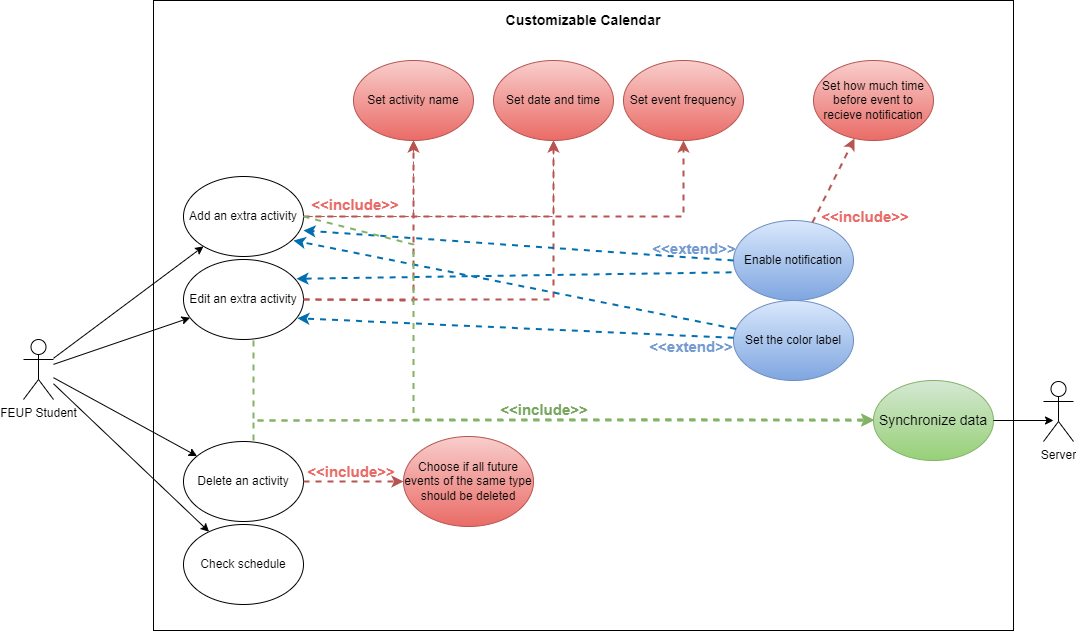
The draw.io diagram docs/Requirements/images/UseCaseModel.drawio.png in isabel-amaral/feup-esof-AcademicPlanner, before a commit. Source tidied: cells renumbered, new cells last; positions are measured from the earlier drawing's top-left corner, leaving out a move shared by most shapes.
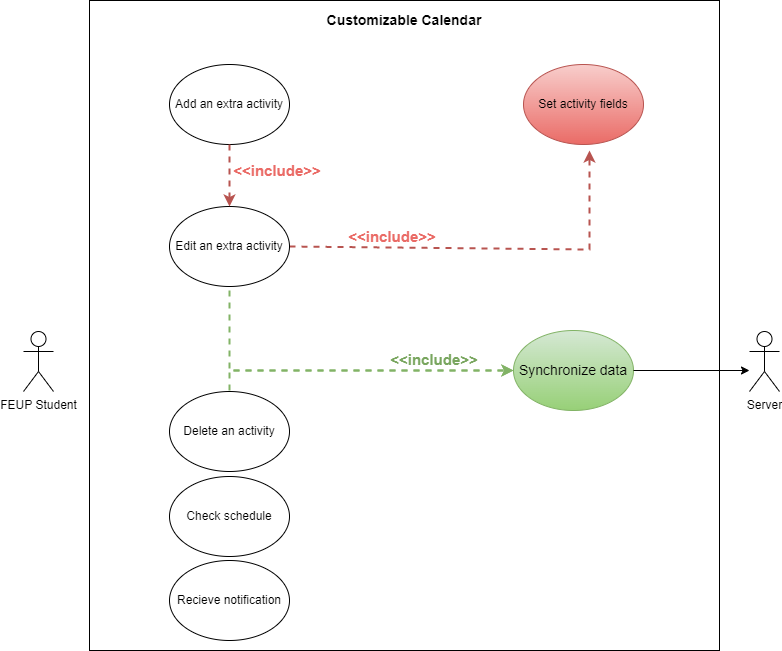
Later version of the same file.

Commit message:
Added reviewed tables and model

What changed in the source:
```diff
@@ -2,175 +2,80 @@
   <root>
     <mxCell id="0" />
     <mxCell id="1" parent="0" />
-    <mxCell id="2" style="rounded=0;whiteSpace=wrap;html=1;fillColor=none;fontColor=#EA6B66;" parent="1" vertex="1">
-      <mxGeometry x="130" width="860" height="630" as="geometry" />
-    </mxCell>
+    <mxCell id="43" style="rounded=0;whiteSpace=wrap;html=1;strokeColor=default;fillColor=none;" parent="1" vertex="1">
+      <mxGeometry x="90" y="50" width="630" height="650" as="geometry" />
+    </mxCell>
     <mxCell id="3" value="FEUP Student" style="shape=umlActor;verticalLabelPosition=bottom;verticalAlign=top;html=1;outlineConnect=0;" parent="1" vertex="1">
-      <mxGeometry y="339" width="30" height="60" as="geometry" />
+      <mxGeometry x="24" y="381" width="30" height="60" as="geometry" />
     </mxCell>
-    <mxCell id="4" style="endArrow=classic;html=1;rounded=0;" parent="1" edge="1" source="3" target="6">
-      <mxGeometry relative="1" as="geometry" />
-    </mxCell>
-    <mxCell id="5" style="endArrow=classic;html=1;rounded=0;" parent="1" edge="1" source="3" target="7">
-      <mxGeometry relative="1" as="geometry" />
-    </mxCell>
     <mxCell id="6" value="Add an extra activity" style="ellipse;whiteSpace=wrap;html=1;fillColor=none;gradientColor=none;" parent="1" vertex="1">
-      <mxGeometry x="160" y="176" width="120" height="80" as="geometry" />
+      <mxGeometry x="170" y="114" width="120" height="80" as="geometry" />
     </mxCell>
     <mxCell id="7" value="Delete an activity" style="ellipse;whiteSpace=wrap;html=1;fillColor=none;gradientColor=none;" parent="1" vertex="1">
-      <mxGeometry x="160" y="441" width="120" height="80" as="geometry" />
+      <mxGeometry x="170" y="441" width="120" height="80" as="geometry" />
     </mxCell>
-    <mxCell id="8" style="endArrow=classic;html=1;rounded=0;" parent="1" edge="1" source="3" target="9">
-      <mxGeometry relative="1" as="geometry" />
-    </mxCell>
     <mxCell id="9" value="Check schedule" style="ellipse;whiteSpace=wrap;html=1;" parent="1" vertex="1">
-      <mxGeometry x="160" y="524" width="120" height="80" as="geometry" />
+      <mxGeometry x="170" y="526" width="120" height="80" as="geometry" />
     </mxCell>
-    <mxCell id="10" style="endArrow=classic;html=1;rounded=0;strokeWidth=1;dashed=1;exitX=1;exitY=0.5;exitDx=0;exitDy=0;entryX=0.5;entryY=1;entryDx=0;entryDy=0;fillColor=#f8cecc;strokeColor=#b85450;" parent="1" edge="1" source="6" target="14">
-      <mxGeometry relative="1" as="geometry">
-        <Array as="points">
-          <mxPoint x="530" y="216" />
-        </Array>
-      </mxGeometry>
-    </mxCell>
-    <mxCell id="11" value="Set event frequency" style="ellipse;whiteSpace=wrap;html=1;fillColor=#f8cecc;strokeColor=#b85450;gradientColor=#ea6b66;" parent="1" vertex="1">
-      <mxGeometry x="600" y="60" width="120" height="80" as="geometry" />
+    <mxCell id="11" value="Set activity fields" style="ellipse;whiteSpace=wrap;html=1;fillColor=#f8cecc;strokeColor=#b85450;gradientColor=#ea6b66;" parent="1" vertex="1">
+      <mxGeometry x="524" y="114" width="120" height="80" as="geometry" />
     </mxCell>
-    <mxCell id="12" value="Set the color label" style="ellipse;whiteSpace=wrap;html=1;fillColor=#dae8fc;gradientColor=#7ea6e0;strokeColor=#6c8ebf;" parent="1" vertex="1">
-      <mxGeometry x="710" y="300" width="120" height="80" as="geometry" />
-    </mxCell>
-    <mxCell id="13" style="endArrow=classic;html=1;rounded=0;strokeWidth=2;dashed=1;entryX=0.5;entryY=1;entryDx=0;entryDy=0;exitX=1;exitY=0.5;exitDx=0;exitDy=0;fillColor=#f8cecc;strokeColor=#b85450;gradientColor=#ea6b66;" parent="1" edge="1" source="6" target="11">
+    <mxCell id="13" style="endArrow=classic;html=1;rounded=0;strokeWidth=2;dashed=1;fillColor=#f8cecc;strokeColor=#b85450;gradientColor=#ea6b66;exitX=1;exitY=0.5;exitDx=0;exitDy=0;" parent="1" edge="1" source="17">
       <mxGeometry relative="1" as="geometry">
+        <mxPoint x="590" y="200" as="targetPoint" />
         <Array as="points">
-          <mxPoint x="660" y="216" />
+          <mxPoint x="590" y="299" />
         </Array>
       </mxGeometry>
     </mxCell>
-    <mxCell id="14" value="Set date and time" style="ellipse;whiteSpace=wrap;html=1;fillColor=#f8cecc;strokeColor=#b85450;gradientColor=#ea6b66;" parent="1" vertex="1">
-      <mxGeometry x="470" y="60" width="120" height="80" as="geometry" />
-    </mxCell>
-    <mxCell id="15" value="Set activity name" style="ellipse;whiteSpace=wrap;html=1;fillColor=#f8cecc;strokeColor=#b85450;gradientColor=#ea6b66;" parent="1" vertex="1">
-      <mxGeometry x="330" y="60" width="120" height="80" as="geometry" />
-    </mxCell>
-    <mxCell id="16" style="endArrow=classic;html=1;rounded=0;strokeWidth=1;dashed=1;exitX=1;exitY=0.5;exitDx=0;exitDy=0;fillColor=#f8cecc;strokeColor=#b85450;" parent="1" edge="1" source="6">
-      <mxGeometry relative="1" as="geometry">
-        <mxPoint x="390" y="140" as="targetPoint" />
-        <Array as="points">
-          <mxPoint x="390" y="216" />
-        </Array>
-      </mxGeometry>
-    </mxCell>
     <mxCell id="17" value="Edit an extra activity" style="ellipse;whiteSpace=wrap;html=1;" parent="1" vertex="1">
-      <mxGeometry x="160" y="259" width="120" height="80" as="geometry" />
+      <mxGeometry x="170" y="256" width="120" height="80" as="geometry" />
     </mxCell>
-    <mxCell id="18" style="endArrow=classic;html=1;rounded=0;" parent="1" edge="1" source="3" target="17">
-      <mxGeometry relative="1" as="geometry" />
-    </mxCell>
-    <mxCell id="19" value="Enable notification" style="ellipse;whiteSpace=wrap;html=1;fillColor=#dae8fc;strokeColor=#6c8ebf;gradientColor=#7ea6e0;" parent="1" vertex="1">
-      <mxGeometry x="710" y="220" width="120" height="80" as="geometry" />
-    </mxCell>
     <mxCell id="20" value="Server" style="shape=umlActor;verticalLabelPosition=bottom;verticalAlign=top;html=1;" parent="1" vertex="1">
-      <mxGeometry x="1020" y="381" width="30" height="60" as="geometry" />
+      <mxGeometry x="750" y="381" width="30" height="60" as="geometry" />
     </mxCell>
-    <mxCell id="21" value="Set how much time before event to recieve notification" style="ellipse;whiteSpace=wrap;html=1;fillColor=#f8cecc;strokeColor=#b85450;gradientColor=#ea6b66;" parent="1" vertex="1">
-      <mxGeometry x="790" y="60" width="120" height="80" as="geometry" />
-    </mxCell>
-    <mxCell id="22" style="endArrow=classic;html=1;rounded=0;strokeWidth=2;dashed=1;exitX=1;exitY=0.5;exitDx=0;exitDy=0;fillColor=#f8cecc;strokeColor=#b85450;gradientColor=#ea6b66;" parent="1" edge="1" source="17">
-      <mxGeometry relative="1" as="geometry">
-        <mxPoint x="390" y="140" as="targetPoint" />
-        <Array as="points">
-          <mxPoint x="390" y="300" />
-        </Array>
-      </mxGeometry>
-    </mxCell>
-    <mxCell id="23" style="endArrow=classic;html=1;rounded=0;strokeWidth=2;dashed=1;exitX=1;exitY=0.5;exitDx=0;exitDy=0;entryX=0.5;entryY=1;entryDx=0;entryDy=0;fillColor=#f8cecc;strokeColor=#b85450;gradientColor=#ea6b66;" parent="1" edge="1" source="17" target="14">
-      <mxGeometry relative="1" as="geometry">
-        <Array as="points">
-          <mxPoint x="530" y="299" />
-        </Array>
-      </mxGeometry>
-    </mxCell>
-    <mxCell id="24" style="endArrow=classic;html=1;rounded=0;strokeWidth=2;dashed=1;fillColor=#f8cecc;gradientColor=#ea6b66;strokeColor=#b85450;" parent="1" edge="1" source="19" target="21">
-      <mxGeometry relative="1" as="geometry" />
-    </mxCell>
     <mxCell id="25" style="endArrow=classic;html=1;rounded=0;strokeWidth=2;dashed=1;entryX=0;entryY=0.5;entryDx=0;entryDy=0;fillColor=#d5e8d4;strokeColor=#82b366;gradientColor=#97d077;" parent="1" edge="1" target="33">
       <mxGeometry relative="1" as="geometry">
         <mxPoint x="230" y="440" as="sourcePoint" />
         <Array as="points">
           <mxPoint x="230" y="420" />
-          <mxPoint x="660" y="419" />
         </Array>
       </mxGeometry>
     </mxCell>
-    <mxCell id="26" style="endArrow=classic;html=1;rounded=0;strokeWidth=2;dashed=1;entryX=0;entryY=0.5;entryDx=0;entryDy=0;fillColor=#f8cecc;gradientColor=#ea6b66;strokeColor=#b85450;" parent="1" edge="1" source="7" target="27">
-      <mxGeometry relative="1" as="geometry" />
-    </mxCell>
-    <mxCell id="27" value="Choose if all future events of the same type should be deleted" style="ellipse;whiteSpace=wrap;html=1;fillColor=#f8cecc;gradientColor=#ea6b66;strokeColor=#b85450;" parent="1" vertex="1">
-      <mxGeometry x="380" y="436" width="130" height="90" as="geometry" />
-    </mxCell>
-    <mxCell id="28" style="endArrow=classic;html=1;rounded=0;strokeWidth=2;dashed=1;fillColor=#1ba1e2;strokeColor=#006EAF;exitX=0;exitY=0.5;exitDx=0;exitDy=0;" parent="1" edge="1" source="19">
-      <mxGeometry relative="1" as="geometry">
-        <mxPoint x="280" y="230" as="targetPoint" />
-      </mxGeometry>
-    </mxCell>
-    <mxCell id="29" style="endArrow=classic;html=1;rounded=0;strokeWidth=2;dashed=1;fillColor=#1ba1e2;strokeColor=#006EAF;exitX=-0.016;exitY=0.648;exitDx=0;exitDy=0;entryX=0.941;entryY=0.241;entryDx=0;entryDy=0;entryPerimeter=0;exitPerimeter=0;" parent="1" edge="1" source="19" target="17">
-      <mxGeometry relative="1" as="geometry" />
-    </mxCell>
-    <mxCell id="30" style="endArrow=classic;html=1;rounded=0;strokeWidth=2;dashed=1;fillColor=#1ba1e2;strokeColor=#006EAF;entryX=0.949;entryY=0.734;entryDx=0;entryDy=0;entryPerimeter=0;" parent="1" edge="1" source="12" target="17">
-      <mxGeometry relative="1" as="geometry" />
-    </mxCell>
-    <mxCell id="31" style="endArrow=classic;html=1;rounded=0;strokeWidth=2;dashed=1;fillColor=#1ba1e2;strokeColor=#006EAF;" parent="1" edge="1" source="12">
-      <mxGeometry relative="1" as="geometry">
-        <mxPoint x="270" y="240" as="targetPoint" />
-      </mxGeometry>
-    </mxCell>
     <mxCell id="32" value="&lt;b&gt;&lt;font style=&quot;font-size: 14px&quot;&gt;Customizable Calendar&lt;/font&gt;&lt;/b&gt;" style="text;html=1;strokeColor=none;fillColor=none;align=center;verticalAlign=middle;whiteSpace=wrap;rounded=0;" parent="1" vertex="1">
-      <mxGeometry x="480" width="160" height="40" as="geometry" />
+      <mxGeometry x="325" y="50" width="160" height="40" as="geometry" />
     </mxCell>
     <mxCell id="33" value="Synchronize data" style="ellipse;whiteSpace=wrap;html=1;fontSize=14;fillColor=#d5e8d4;gradientColor=#97d077;strokeColor=#82b366;" parent="1" vertex="1">
-      <mxGeometry x="850" y="380" width="120" height="80" as="geometry" />
+      <mxGeometry x="514" y="380" width="120" height="80" as="geometry" />
     </mxCell>
     <mxCell id="34" style="endArrow=classic;html=1;rounded=0;strokeWidth=2;dashed=1;entryX=0;entryY=0.5;entryDx=0;entryDy=0;fillColor=#d5e8d4;strokeColor=#82b366;gradientColor=#97d077;" parent="1" edge="1" target="33">
       <mxGeometry relative="1" as="geometry">
         <mxPoint x="230" y="340" as="sourcePoint" />
         <Array as="points">
           <mxPoint x="230" y="420" />
-          <mxPoint x="660" y="420" />
+          <mxPoint x="370" y="420" />
         </Array>
       </mxGeometry>
     </mxCell>
-    <mxCell id="35" style="endArrow=classic;html=1;rounded=0;strokeWidth=2;dashed=1;fillColor=#d5e8d4;strokeColor=#82b366;gradientColor=#97d077;exitX=1;exitY=0.5;exitDx=0;exitDy=0;" parent="1" edge="1" source="6">
-      <mxGeometry relative="1" as="geometry">
-        <mxPoint x="850" y="419" as="targetPoint" />
-        <Array as="points">
-          <mxPoint x="390" y="244" />
-          <mxPoint x="390" y="419" />
-          <mxPoint x="660" y="419" />
-        </Array>
-      </mxGeometry>
-    </mxCell>
     <mxCell id="36" style="endArrow=classic;html=1;rounded=0;exitX=1;exitY=0.5;exitDx=0;exitDy=0;" parent="1" edge="1" source="33">
       <mxGeometry relative="1" as="geometry">
-        <mxPoint x="1030" y="420" as="targetPoint" />
+        <mxPoint x="750" y="420" as="targetPoint" />
       </mxGeometry>
     </mxCell>
-    <mxCell id="37" value="&lt;b&gt;&lt;font style=&quot;font-size: 15px&quot; color=&quot;#769bd1&quot;&gt;&amp;lt;&amp;lt;extend&amp;gt;&amp;gt;&lt;/font&gt;&lt;/b&gt;" style="text;html=1;strokeColor=none;fillColor=none;align=center;verticalAlign=middle;whiteSpace=wrap;rounded=0;fontSize=14;" parent="1" vertex="1">
-      <mxGeometry x="603" y="336" width="130" height="20" as="geometry" />
-    </mxCell>
-    <mxCell id="38" value="&lt;b&gt;&lt;font style=&quot;font-size: 15px&quot; color=&quot;#769bd1&quot;&gt;&amp;lt;&amp;lt;extend&amp;gt;&amp;gt;&lt;/font&gt;&lt;/b&gt;" style="text;html=1;strokeColor=none;fillColor=none;align=center;verticalAlign=middle;whiteSpace=wrap;rounded=0;fontSize=14;" parent="1" vertex="1">
-      <mxGeometry x="606" y="238" width="130" height="20" as="geometry" />
-    </mxCell>
     <mxCell id="39" value="&lt;b&gt;&lt;font style=&quot;font-size: 15px&quot; color=&quot;#79a65f&quot;&gt;&amp;lt;&amp;lt;include&amp;gt;&amp;gt;&lt;/font&gt;&lt;/b&gt;" style="text;html=1;strokeColor=none;fillColor=none;align=center;verticalAlign=middle;whiteSpace=wrap;rounded=0;fontSize=14;" parent="1" vertex="1">
-      <mxGeometry x="456" y="399" width="130" height="20" as="geometry" />
+      <mxGeometry x="370" y="399" width="130" height="20" as="geometry" />
     </mxCell>
-    <mxCell id="40" value="&lt;b&gt;&lt;font style=&quot;font-size: 15px&quot; color=&quot;#ea6b66&quot;&gt;&amp;lt;&amp;lt;include&amp;gt;&amp;gt;&lt;/font&gt;&lt;/b&gt;" style="text;html=1;strokeColor=none;fillColor=none;align=center;verticalAlign=middle;whiteSpace=wrap;rounded=0;fontSize=14;" parent="1" vertex="1">
-      <mxGeometry x="263" y="461" width="130" height="20" as="geometry" />
-    </mxCell>
+    <mxCell id="44" style="endArrow=classic;html=1;rounded=0;strokeWidth=2;dashed=1;fillColor=#f8cecc;gradientColor=#ea6b66;strokeColor=#b85450;exitX=0.5;exitY=1;exitDx=0;exitDy=0;entryX=0.5;entryY=0;entryDx=0;entryDy=0;" parent="1" edge="1" source="6" target="17">
+      <mxGeometry relative="1" as="geometry" />
+    </mxCell>
-    <mxCell id="41" value="&lt;b&gt;&lt;font style=&quot;font-size: 15px&quot; color=&quot;#ea6b66&quot;&gt;&amp;lt;&amp;lt;include&amp;gt;&amp;gt;&lt;/font&gt;&lt;/b&gt;" style="text;html=1;fillColor=none;align=center;verticalAlign=middle;whiteSpace=wrap;rounded=0;fontSize=14;" parent="1" vertex="1">
-      <mxGeometry x="289" y="194" width="86" height="20" as="geometry" />
+    <mxCell id="41" value="&lt;b&gt;&lt;font style=&quot;font-size: 15px&quot; color=&quot;#ea6b66&quot;&gt;&amp;lt;&amp;lt;include&amp;gt;&amp;gt;&lt;/font&gt;&lt;/b&gt;" style="text;html=1;fillColor=none;align=center;verticalAlign=middle;whiteSpace=wrap;rounded=0;fontSize=14;rotation=0;" parent="1" vertex="1">
+      <mxGeometry x="350" y="276" width="86" height="20" as="geometry" />
     </mxCell>
+    <mxCell id="45" value="Recieve notification" style="ellipse;whiteSpace=wrap;html=1;fillColor=none;strokeColor=default;gradientColor=#7ea6e0;" parent="1" vertex="1">
+      <mxGeometry x="170" y="610" width="120" height="80" as="geometry" />
+    </mxCell>
     <mxCell id="42" value="&lt;b&gt;&lt;font style=&quot;font-size: 15px&quot; color=&quot;#ea6b66&quot;&gt;&amp;lt;&amp;lt;include&amp;gt;&amp;gt;&lt;/font&gt;&lt;/b&gt;" style="text;html=1;fillColor=none;align=center;verticalAlign=middle;whiteSpace=wrap;rounded=0;fontSize=14;rotation=0;" parent="1" vertex="1">
-      <mxGeometry x="799" y="206" width="86" height="20" as="geometry" />
+      <mxGeometry x="235" y="210" width="86" height="20" as="geometry" />
     </mxCell>
   </root>
 </mxGraphModel>
```
